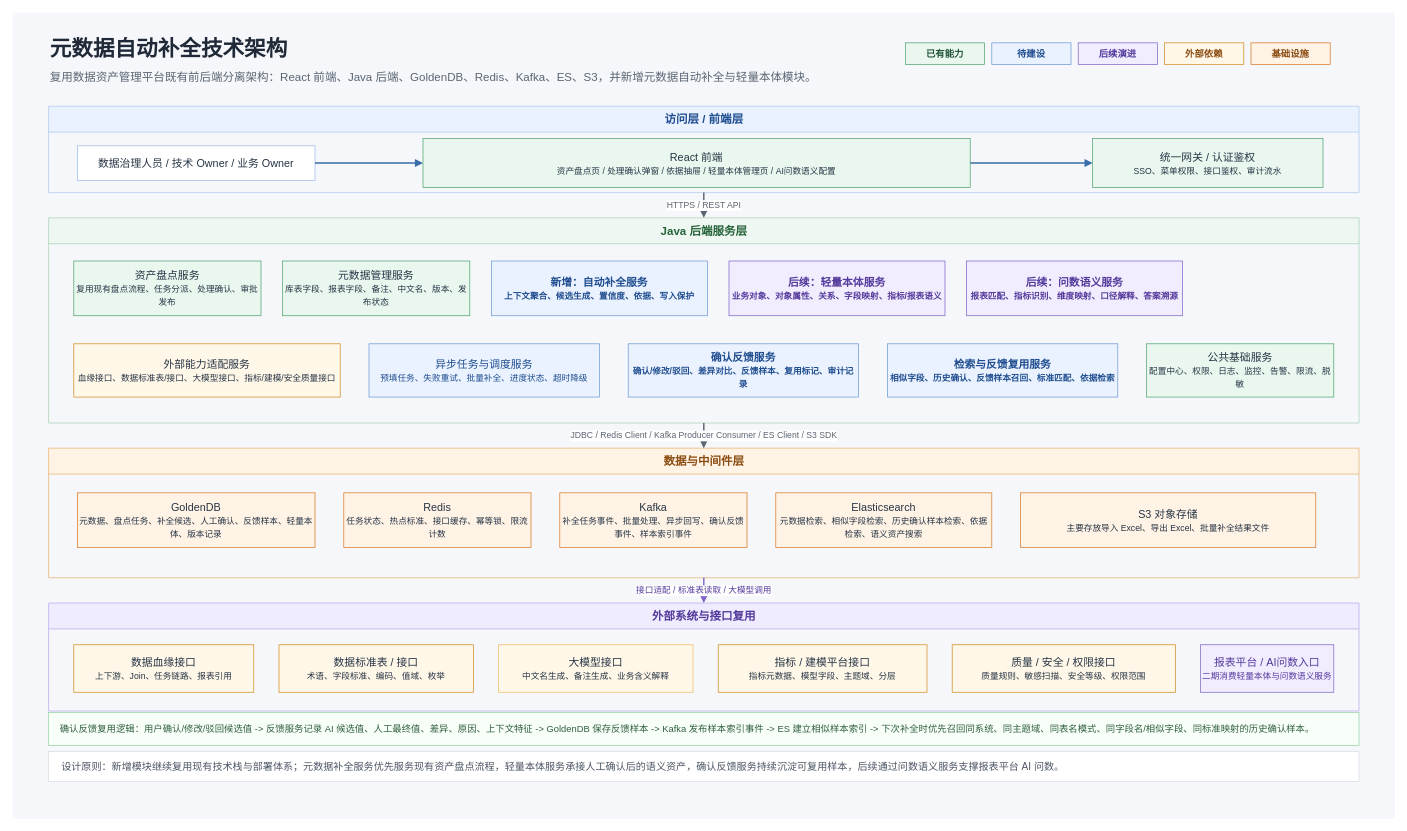
Before: 本体论元数据AI模型/元数据自动补全技术架构.drawio in ShaneLiu001/dataasset, a draw.io diagram. Source tidied: cells renumbered, new cells numbered last; positions are measured from the earlier drawing's top-left corner, leaving out a move shared by most shapes. Both pictures are drawn from the tidied source at 72%, with x=0, y=0 at pixel (12, 12).
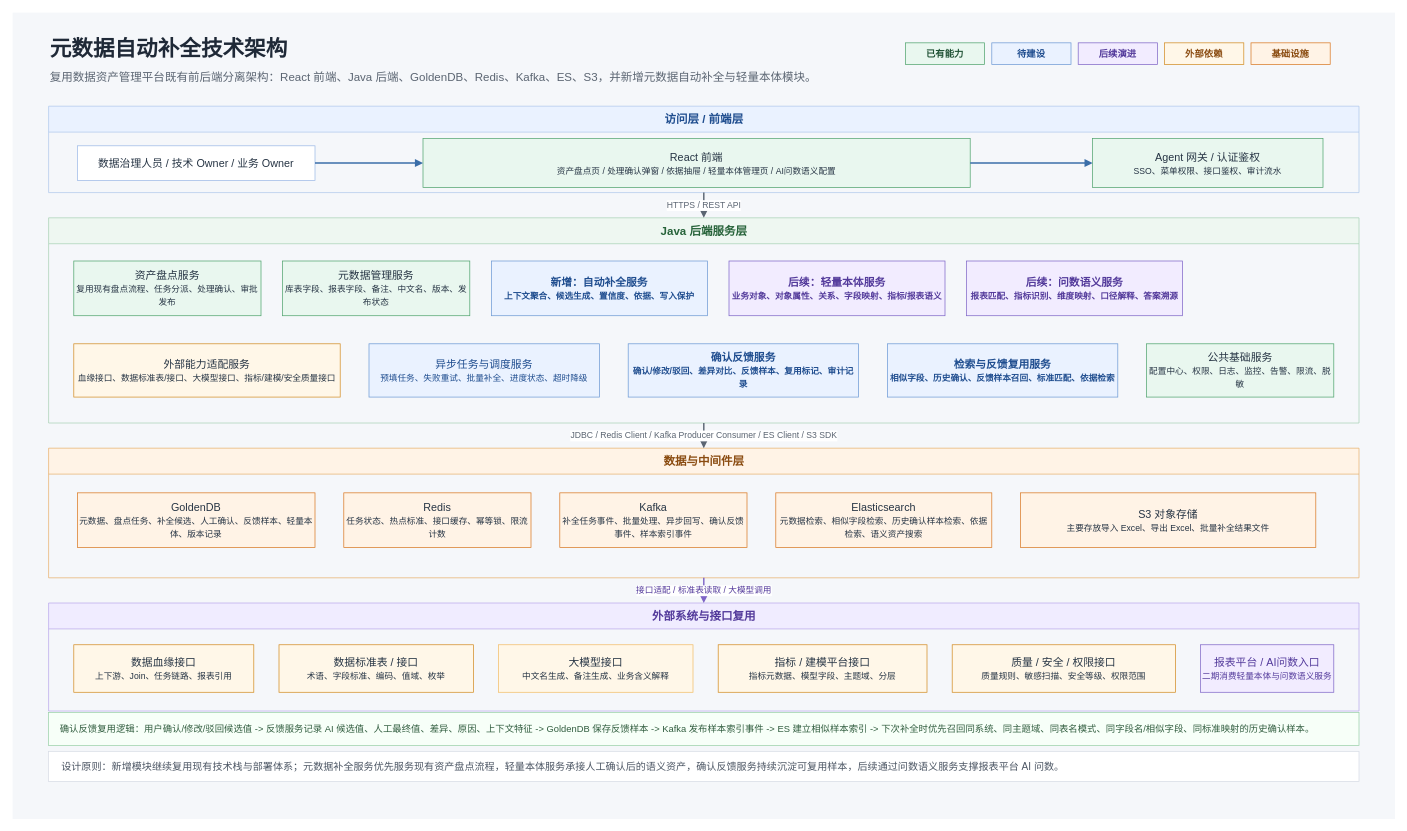
Above is the later version.

The change refers to these unchanged cells:
```xml
<mxCell id="10" value="访问层 / 前端层" style="swimlane;html=1;rounded=0;startSize=36;fillColor=#EAF2FF;strokeColor=#AFC7EA;fontColor=#1F4D8F;fontSize=16;fontStyle=1;" parent="1" vertex="1">
  <mxGeometry x="50" y="130" width="1820" height="120" as="geometry" />
</mxCell>
```

The edit, as a diff of the source:
```diff
@@
-    <mxCell id="13" value="统一网关 / 认证鉴权&lt;br&gt;&lt;font style=&quot;font-size:12px&quot;&gt;SSO、菜单权限、接口鉴权、审计流水&lt;/font&gt;" style="rounded=0;whiteSpace=wrap;html=1;fillColor=#E9F7EF;strokeColor=#4FA36D;fontColor=#263444;fontSize=15;" parent="10" vertex="1">
+    <mxCell id="13" value="Agent 网关 / 认证鉴权&lt;br&gt;&lt;font style=&quot;font-size:12px&quot;&gt;SSO、菜单权限、接口鉴权、审计流水&lt;/font&gt;" style="rounded=0;whiteSpace=wrap;html=1;fillColor=#E9F7EF;strokeColor=#4FA36D;fontColor=#263444;fontSize=15;" parent="10" vertex="1">
       <mxGeometry x="1450" y="45" width="320" height="68" as="geometry" />
     </mxCell>
```
